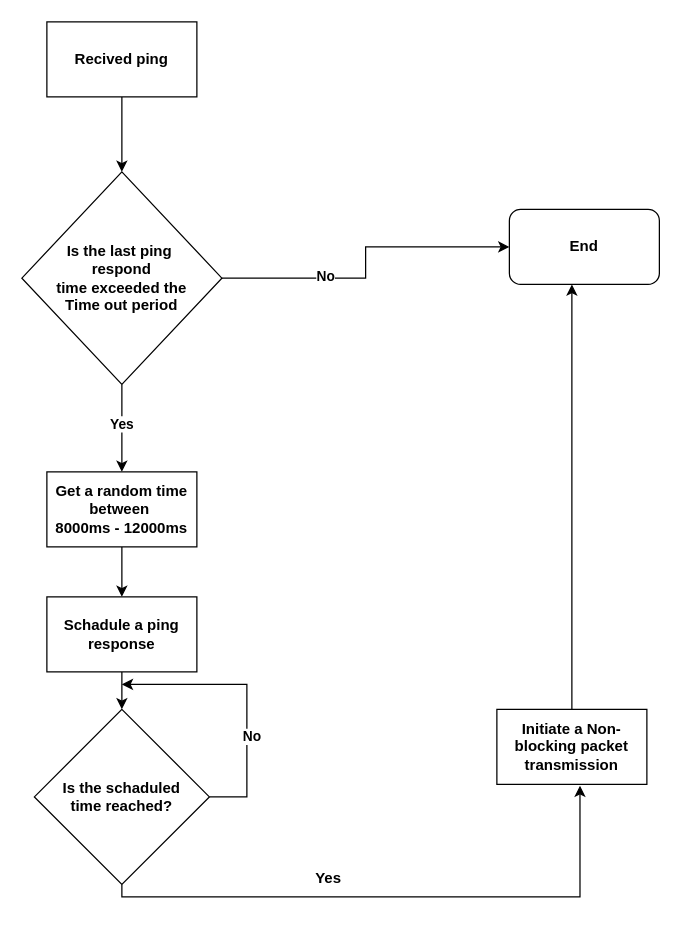
The draw.io diagram Healthcheck flow.drawio in NuwanUdara/my-diagrams, before the edit. Source tidied: cells renumbered, new cells numbered last; positions are measured from the earlier drawing's top-left corner, leaving out a move shared by most shapes. Both pictures are drawn from the tidied source at 125%, with x=0, y=0 at pixel (21, 21).
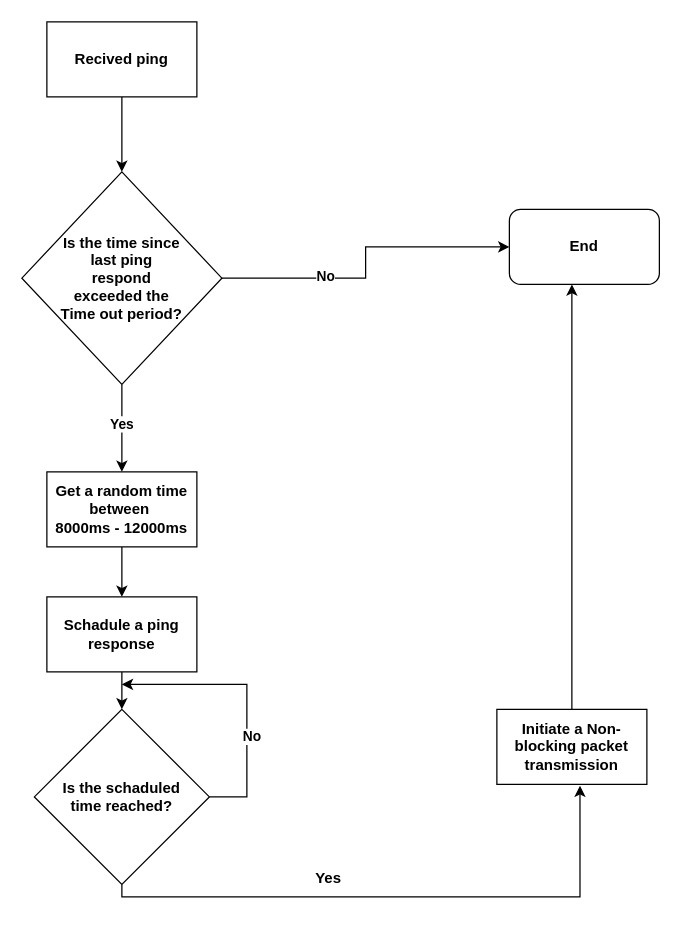
After the change.

The edit, as a diff of the source:
```diff
@@
-    <mxCell id="8" value="&lt;div&gt;Is the last ping&amp;nbsp;&lt;/div&gt;&lt;div&gt;respond&lt;/div&gt;&lt;div&gt;time exceeded the&lt;/div&gt;&lt;div&gt;Time out period&lt;/div&gt;" style="rhombus;whiteSpace=wrap;html=1;fontStyle=1;" parent="1" vertex="1">
+    <mxCell id="8" value="&lt;div&gt;Is the time since&lt;/div&gt;&lt;div&gt;&amp;nbsp;last ping&amp;nbsp;&lt;/div&gt;&lt;div&gt;respond&lt;/div&gt;&lt;div&gt;exceeded the&lt;/div&gt;&lt;div&gt;Time out period?&lt;/div&gt;" style="rhombus;whiteSpace=wrap;html=1;fontStyle=1;" parent="1" vertex="1">
       <mxGeometry y="120" width="160" height="170" as="geometry" />
     </mxCell>
```
